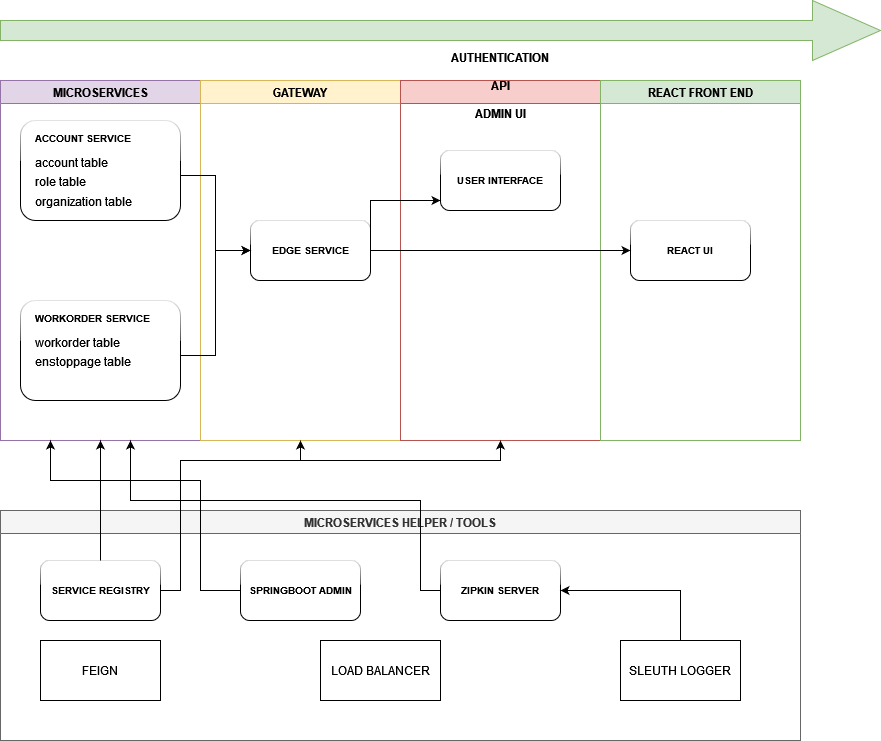
Before: Untitled Diagram.drawio.png, a diagram exported from draw.io (benkurama/microservice_iworks). Source tidied: cells renumbered, new cells last; positions are measured from the earlier drawing's top-left corner, leaving out a move shared by most shapes.
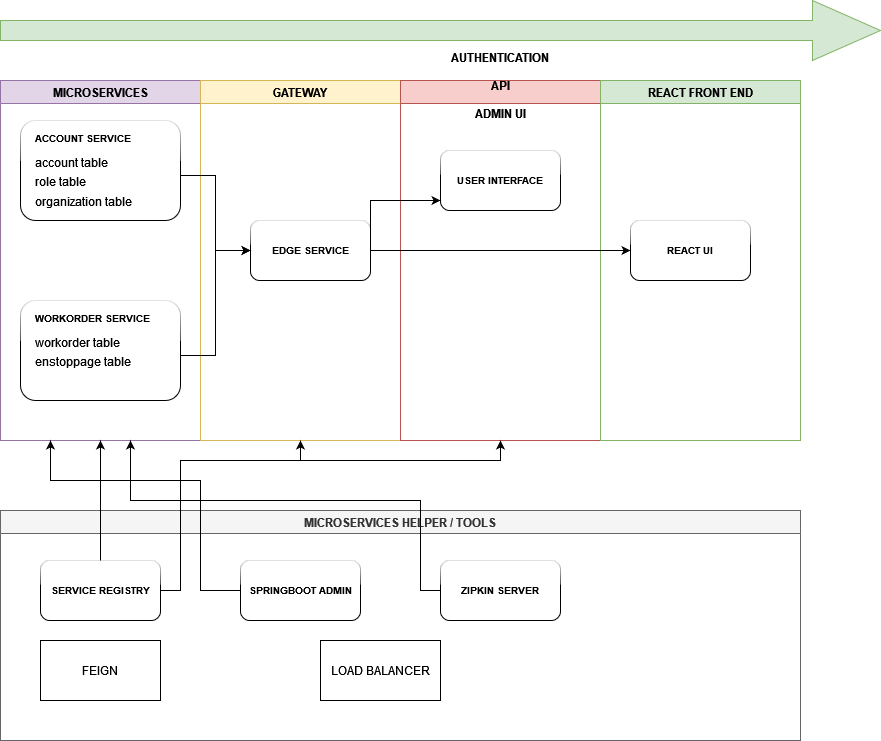
After the change.

Diff of the diagram source:
```diff
@@ -2,7 +2,7 @@
   <root>
     <mxCell id="0" />
     <mxCell id="1" parent="0" />
-    <mxCell id="2" style="endArrow=open;strokeColor=#FF0000;endFill=1;rounded=0;" parent="1" edge="1" source="x">
+    <mxCell id="2" style="endArrow=open;strokeColor=#FF0000;endFill=1;rounded=0;" parent="1" edge="1">
       <mxGeometry relative="1" as="geometry">
         <mxPoint x="50" y="761.5" as="targetPoint" />
       </mxGeometry>
@@ -61,12 +61,6 @@
     <mxCell id="20" value="&lt;b&gt;ZIPKIN SERVER&lt;/b&gt;" style="rounded=1;whiteSpace=wrap;html=1;shadow=0;glass=1;sketch=0;fontSize=10;" parent="17" vertex="1">
       <mxGeometry x="440" y="50" width="120" height="60" as="geometry" />
     </mxCell>
-    <mxCell id="21" style="edgeStyle=orthogonalEdgeStyle;rounded=0;jettySize=auto;html=1;exitX=0.5;exitY=0;exitDx=0;exitDy=0;entryX=1;entryY=0.5;entryDx=0;entryDy=0;" parent="17" edge="1" source="22" target="20">
-      <mxGeometry relative="1" as="geometry" />
-    </mxCell>
-    <mxCell id="22" value="SLEUTH LOGGER" style="rounded=0;whiteSpace=wrap;html=1;" parent="17" vertex="1">
-      <mxGeometry x="620" y="130" width="120" height="60" as="geometry" />
-    </mxCell>
     <mxCell id="23" value="LOAD BALANCER" style="rounded=0;whiteSpace=wrap;html=1;" parent="17" vertex="1">
       <mxGeometry x="320" y="130" width="120" height="60" as="geometry" />
     </mxCell>
```
